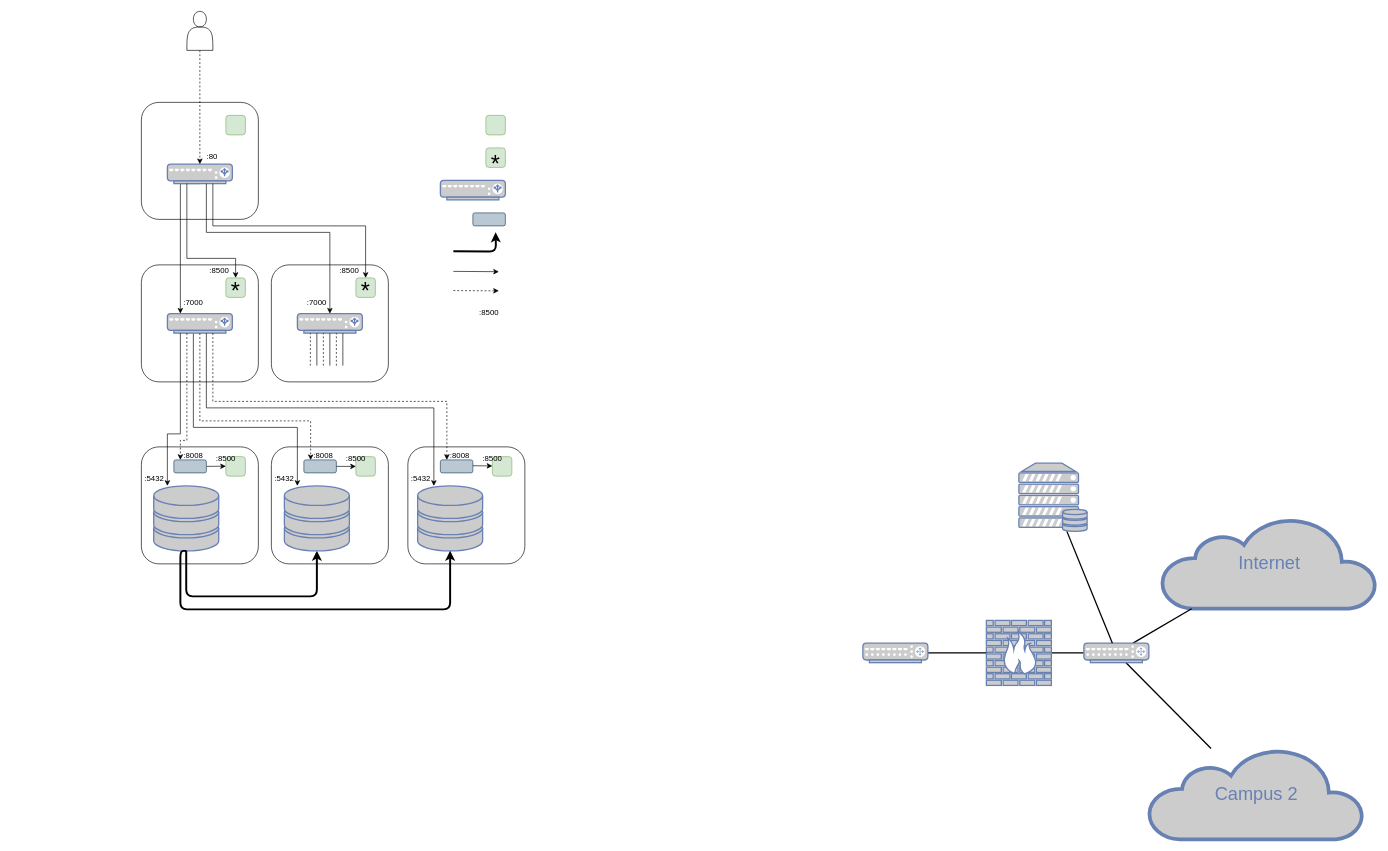
The draw.io diagram arch/networks.drawio in Arnauld/schema, before the edit. Source tidied: cells renumbered, new cells numbered last; positions are measured from the earlier drawing's top-left corner, leaving out a move shared by most shapes. Both pictures are drawn from the tidied source at 65%, with x=0, y=0 at pixel (141, 11).
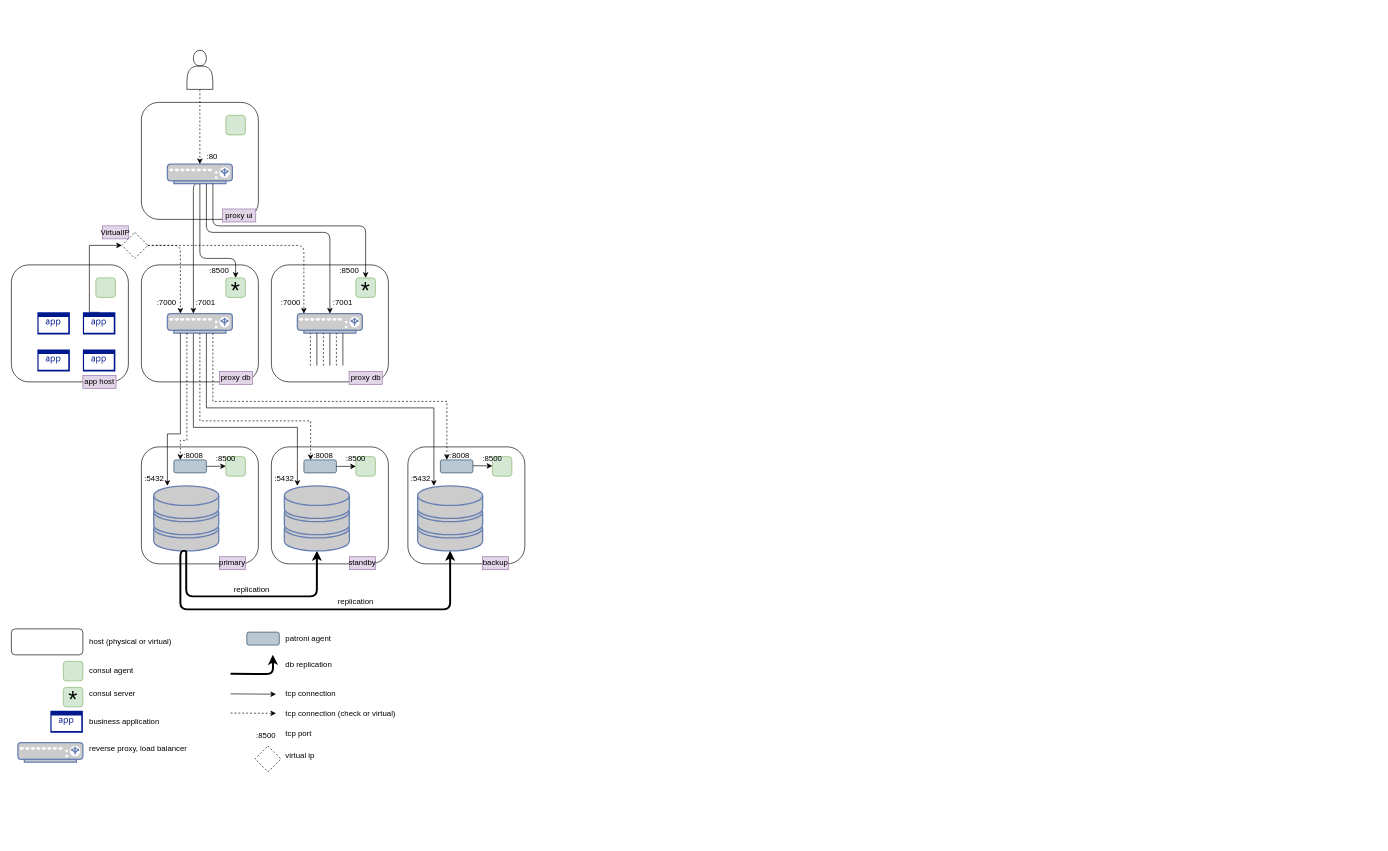
After the change.

Unchanged cells that the change refers to:
```xml
<mxCell id="23" style="fontColor=#0066CC;verticalAlign=top;verticalLabelPosition=bottom;labelPosition=center;align=center;html=1;outlineConnect=0;fillColor=#CCCCCC;strokeColor=#6881B3;gradientColor=none;gradientDirection=north;strokeWidth=2;shape=mxgraph.networks.load_balancer;" parent="1" vertex="1">
  <mxGeometry x="40" y="465" width="100" height="30" as="geometry" />
</mxCell>
<mxCell id="28" style="rounded=1;whiteSpace=wrap;html=1;fillColor=#d5e8d4;strokeColor=#82b366;" parent="1" vertex="1">
  <mxGeometry x="330" y="410" width="30" height="30" as="geometry" />
</mxCell>
<mxCell id="29" style="rounded=1;whiteSpace=wrap;html=1;fillColor=#d5e8d4;strokeColor=#82b366;" parent="1" vertex="1">
  <mxGeometry x="130" y="410" width="30" height="30" as="geometry" />
</mxCell>
<mxCell id="35" style="fontColor=#0066CC;verticalAlign=top;verticalLabelPosition=bottom;labelPosition=center;align=center;html=1;outlineConnect=0;fillColor=#CCCCCC;strokeColor=#6881B3;gradientColor=none;gradientDirection=north;strokeWidth=2;shape=mxgraph.networks.load_balancer;" parent="1" vertex="1">
  <mxGeometry x="40" y="235" width="100" height="30" as="geometry" />
</mxCell>
<mxCell id="44" style="fontColor=#0066CC;verticalAlign=top;verticalLabelPosition=bottom;labelPosition=center;align=center;html=1;outlineConnect=0;fillColor=#CCCCCC;strokeColor=#6881B3;gradientColor=none;gradientDirection=north;strokeWidth=2;shape=mxgraph.networks.load_balancer;" parent="1" vertex="1">
  <mxGeometry x="240" y="465" width="100" height="30" as="geometry" />
</mxCell>
```

The edit, as a diff of the source:
```diff
@@
-    <mxCell id="6" style="edgeStyle=none;html=1;labelBackgroundColor=none;endArrow=none;endFill=0;strokeWidth=2;fontFamily=Verdana;fontSize=28;fontColor=#6881B3;" parent="1" edge="1" source="7" target="13">
-      <mxGeometry relative="1" as="geometry" />
-    </mxCell>
-    <mxCell id="7" style="fontColor=#0066CC;verticalAlign=top;verticalLabelPosition=bottom;labelPosition=center;align=center;html=1;fillColor=#CCCCCC;strokeColor=#6881B3;gradientColor=none;gradientDirection=north;strokeWidth=2;shape=mxgraph.networks.firewall;rounded=0;shadow=0;comic=0;" parent="1" vertex="1">
-      <mxGeometry x="1300" y="937" width="100" height="100" as="geometry" />
-    </mxCell>
-    <mxCell id="8" style="edgeStyle=none;html=1;labelBackgroundColor=none;endArrow=none;endFill=0;strokeWidth=2;fontFamily=Verdana;fontSize=15;fontColor=#036897;" parent="1" edge="1" source="9" target="7">
-      <mxGeometry relative="1" as="geometry" />
-    </mxCell>
-    <mxCell id="9" style="fontColor=#0066CC;verticalAlign=top;verticalLabelPosition=bottom;labelPosition=center;align=center;html=1;fillColor=#CCCCCC;strokeColor=#6881B3;gradientColor=none;gradientDirection=north;strokeWidth=2;shape=mxgraph.networks.router;rounded=0;shadow=0;comic=0;" parent="1" vertex="1">
-      <mxGeometry x="1110" y="972" width="100" height="30" as="geometry" />
-    </mxCell>
-    <mxCell id="10" value="Internet" style="html=1;fillColor=#CCCCCC;strokeColor=#6881B3;gradientColor=none;gradientDirection=north;strokeWidth=2;shape=mxgraph.networks.cloud;fontColor=#6881B3;rounded=0;shadow=0;comic=0;align=center;fontSize=28;" parent="1" vertex="1">
-      <mxGeometry x="1570" y="779" width="330" height="140" as="geometry" />
-    </mxCell>
-    <mxCell id="11" style="edgeStyle=none;html=1;labelBackgroundColor=none;endArrow=none;endFill=0;strokeWidth=2;fontFamily=Verdana;fontSize=28;fontColor=#6881B3;" parent="1" edge="1" source="13" target="10">
-      <mxGeometry relative="1" as="geometry" />
-    </mxCell>
-    <mxCell id="12" style="edgeStyle=none;html=1;labelBackgroundColor=none;endArrow=none;endFill=0;strokeWidth=2;fontFamily=Verdana;fontSize=28;fontColor=#6881B3;" parent="1" edge="1" source="13" target="18">
-      <mxGeometry relative="1" as="geometry" />
-    </mxCell>
-    <mxCell id="13" style="fontColor=#0066CC;verticalAlign=top;verticalLabelPosition=bottom;labelPosition=center;align=center;html=1;fillColor=#CCCCCC;strokeColor=#6881B3;gradientColor=none;gradientDirection=north;strokeWidth=2;shape=mxgraph.networks.router;rounded=0;shadow=0;comic=0;" parent="1" vertex="1">
-      <mxGeometry x="1450" y="972" width="100" height="30" as="geometry" />
-    </mxCell>
@@
-    <mxCell id="15" style="edgeStyle=none;html=1;labelBackgroundColor=none;endArrow=none;endFill=0;strokeWidth=2;fontFamily=Verdana;fontSize=28;fontColor=#6881B3;" parent="1" edge="1" source="16" target="13">
-      <mxGeometry relative="1" as="geometry" />
-    </mxCell>
-    <mxCell id="16" style="fontColor=#0066CC;verticalAlign=top;verticalLabelPosition=bottom;labelPosition=center;align=center;html=1;fillColor=#CCCCCC;strokeColor=#6881B3;gradientColor=none;gradientDirection=north;strokeWidth=2;shape=mxgraph.networks.server_storage;rounded=0;shadow=0;comic=0;" parent="1" vertex="1">
-      <mxGeometry x="1350" y="695" width="105" height="105" as="geometry" />
-    </mxCell>
@@
-    <mxCell id="18" value="Campus 2" style="html=1;fillColor=#CCCCCC;strokeColor=#6881B3;gradientColor=none;gradientDirection=north;strokeWidth=2;shape=mxgraph.networks.cloud;fontColor=#6881B3;rounded=0;shadow=0;comic=0;align=center;fontSize=28;" parent="1" vertex="1">
-      <mxGeometry x="1550" y="1134" width="330" height="140" as="geometry" />
-    </mxCell>
@@
-    <mxCell id="34" style="edgeStyle=orthogonalEdgeStyle;rounded=0;jettySize=auto;html=1;exitX=0.5;exitY=1;exitDx=0;exitDy=0;exitPerimeter=0;startArrow=none;startFill=0;endArrow=classic;endFill=1;" parent="1" edge="1" source="35" target="23">
+    <mxCell id="34" style="edgeStyle=orthogonalEdgeStyle;rounded=1;jettySize=auto;html=1;exitX=0.5;exitY=1;exitDx=0;exitDy=0;exitPerimeter=0;startArrow=none;startFill=0;endArrow=classic;endFill=1;" parent="1" edge="1" source="35" target="23">
       <mxGeometry relative="1" as="geometry">
         <Array as="points">
-          <mxPoint x="60" y="265" />
+          <mxPoint x="80" y="265" />
         </Array>
       </mxGeometry>
     </mxCell>
@@
-    <mxCell id="37" style="edgeStyle=orthogonalEdgeStyle;rounded=0;jettySize=auto;html=1;startArrow=none;startFill=0;endArrow=classic;endFill=1;entryX=0.5;entryY=0;entryDx=0;entryDy=0;" parent="1" edge="1" source="35" target="29">
+    <mxCell id="37" style="edgeStyle=orthogonalEdgeStyle;rounded=1;jettySize=auto;html=1;startArrow=none;startFill=0;endArrow=classic;endFill=1;entryX=0.5;entryY=0;entryDx=0;entryDy=0;" parent="1" edge="1" source="35" target="29">
       <mxGeometry relative="1" as="geometry">
         <Array as="points">
-          <mxPoint x="70" y="380" />
+          <mxPoint x="90" y="380" />
           <mxPoint x="145" y="380" />
         </Array>
       </mxGeometry>
     </mxCell>
-    <mxCell id="38" style="edgeStyle=orthogonalEdgeStyle;rounded=0;jettySize=auto;html=1;startArrow=none;startFill=0;endArrow=classic;endFill=1;entryX=0.5;entryY=0;entryDx=0;entryDy=0;" parent="1" edge="1" source="35" target="28">
+    <mxCell id="38" style="edgeStyle=orthogonalEdgeStyle;rounded=1;jettySize=auto;html=1;startArrow=none;startFill=0;endArrow=classic;endFill=1;entryX=0.5;entryY=0;entryDx=0;entryDy=0;" parent="1" edge="1" source="35" target="28">
       <mxGeometry relative="1" as="geometry">
         <Array as="points">
           <mxPoint x="110" y="330" />
           <mxPoint x="345" y="330" />
         </Array>
       </mxGeometry>
     </mxCell>
@@
-    <mxCell id="45" style="edgeStyle=orthogonalEdgeStyle;rounded=0;jettySize=auto;html=1;startArrow=none;startFill=0;endArrow=classic;endFill=1;" parent="1" edge="1" source="35">
+    <mxCell id="45" style="edgeStyle=orthogonalEdgeStyle;rounded=1;jettySize=auto;html=1;startArrow=none;startFill=0;endArrow=classic;endFill=1;" parent="1" edge="1" source="35">
       <mxGeometry relative="1" as="geometry">
         <mxPoint x="290" y="465" as="targetPoint" />
         <Array as="points">
           <mxPoint x="100" y="340" />
           <mxPoint x="290" y="340" />
           <mxPoint x="290" y="465" />
         </Array>
       </mxGeometry>
     </mxCell>
     <mxCell id="46" style="rounded=1;whiteSpace=wrap;html=1;fillColor=#d5e8d4;strokeColor=#82b366;" parent="1" vertex="1">
-      <mxGeometry x="530" y="160" width="30" height="30" as="geometry" />
+      <mxGeometry x="-120" y="1000" width="30" height="30" as="geometry" />
     </mxCell>
@@
     <mxCell id="49" style="rounded=1;whiteSpace=wrap;html=1;fillColor=#d5e8d4;strokeColor=#82b366;" parent="1" vertex="1">
-      <mxGeometry x="530" y="210" width="30" height="30" as="geometry" />
+      <mxGeometry x="-120" y="1040" width="30" height="30" as="geometry" />
     </mxCell>
     <mxCell id="50" value="*" style="text;html=1;strokeColor=none;fillColor=none;align=center;verticalAlign=middle;whiteSpace=wrap;rounded=0;fontSize=36;" parent="1" vertex="1">
-      <mxGeometry x="525" y="225" width="40" height="20" as="geometry" />
+      <mxGeometry x="-125" y="1050" width="40" height="20" as="geometry" />
     </mxCell>
     <mxCell id="51" style="fontColor=#0066CC;verticalAlign=top;verticalLabelPosition=bottom;labelPosition=center;align=center;html=1;fillColor=#CCCCCC;strokeColor=#6881B3;gradientColor=none;gradientDirection=north;strokeWidth=2;shape=mxgraph.networks.load_balancer;" parent="1" vertex="1">
-      <mxGeometry x="460" y="260" width="100" height="30" as="geometry" />
+      <mxGeometry x="-190" y="1125" width="100" height="30" as="geometry" />
     </mxCell>
     <mxCell id="52" style="rounded=1;whiteSpace=wrap;html=1;fillColor=#bac8d3;strokeColor=#23445d;" parent="1" vertex="1">
-      <mxGeometry x="510" y="310" width="50" height="20" as="geometry" />
+      <mxGeometry x="162.2" y="955" width="50" height="20" as="geometry" />
     </mxCell>
@@
     <mxCell id="55" value="&lt;font style=&quot;font-size: 12px&quot;&gt;:7000&lt;/font&gt;" style="text;html=1;strokeColor=none;fillColor=none;align=center;verticalAlign=middle;whiteSpace=wrap;rounded=0;fontSize=36;" parent="1" vertex="1">
-      <mxGeometry x="60" y="430" width="40" height="20" as="geometry" />
+      <mxGeometry x="19" y="430" width="40" height="20" as="geometry" />
     </mxCell>
@@
     <mxCell id="59" style="shape=actor;whiteSpace=wrap;html=1;fontSize=36;" parent="1" vertex="1">
-      <mxGeometry x="70" width="40" height="60" as="geometry" />
+      <mxGeometry x="70" y="60" width="40" height="60" as="geometry" />
     </mxCell>
@@
     <mxCell id="61" value="&lt;font style=&quot;font-size: 12px&quot;&gt;:7000&lt;/font&gt;" style="text;html=1;strokeColor=none;fillColor=none;align=center;verticalAlign=middle;whiteSpace=wrap;rounded=0;fontSize=36;" parent="1" vertex="1">
-      <mxGeometry x="250" y="430" width="40" height="20" as="geometry" />
+      <mxGeometry x="210" y="430" width="40" height="20" as="geometry" />
     </mxCell>
@@
     <mxCell id="78" style="edgeStyle=orthogonalEdgeStyle;html=1;labelBackgroundColor=none;endArrow=classic;endFill=1;strokeWidth=3;fontFamily=Verdana;fontSize=28;fontColor=#6881B3;" parent="1" edge="1">
       <mxGeometry relative="1" as="geometry">
-        <mxPoint x="480" y="369" as="sourcePoint" />
-        <mxPoint x="545" y="340" as="targetPoint" />
+        <mxPoint x="137.2" y="1019" as="sourcePoint" />
+        <mxPoint x="202.2" y="990" as="targetPoint" />
       </mxGeometry>
     </mxCell>
     <mxCell id="79" style="endArrow=classic;html=1;strokeWidth=1;fontSize=36;" parent="1" edge="1">
       <mxGeometry relative="1" as="geometry">
-        <mxPoint x="480" y="400" as="sourcePoint" />
-        <mxPoint x="550" y="400.5" as="targetPoint" />
+        <mxPoint x="137.2" y="1050" as="sourcePoint" />
+        <mxPoint x="207.2" y="1050.5" as="targetPoint" />
       </mxGeometry>
     </mxCell>
     <mxCell id="80" style="endArrow=classic;html=1;strokeWidth=1;fontSize=36;dashed=1;" parent="1" edge="1">
       <mxGeometry relative="1" as="geometry">
-        <mxPoint x="480" y="429.5" as="sourcePoint" />
-        <mxPoint x="550" y="430" as="targetPoint" />
+        <mxPoint x="137.2" y="1079.5" as="sourcePoint" />
+        <mxPoint x="207.2" y="1080" as="targetPoint" />
       </mxGeometry>
     </mxCell>
     <mxCell id="81" value="&lt;font style=&quot;font-size: 12px&quot;&gt;:8500&lt;/font&gt;" style="text;html=1;strokeColor=none;fillColor=none;align=center;verticalAlign=middle;whiteSpace=wrap;rounded=0;fontSize=36;" parent="1" vertex="1">
-      <mxGeometry x="515" y="440" width="40" height="30" as="geometry" />
+      <mxGeometry x="172.2" y="1090" width="40" height="30" as="geometry" />
     </mxCell>
+    <mxCell id="82" style="rounded=1;whiteSpace=wrap;html=1;" parent="1" vertex="1">
+      <mxGeometry x="-200" y="390" width="180" height="180" as="geometry" />
+    </mxCell>
+    <mxCell id="83" style="rounded=1;whiteSpace=wrap;html=1;fillColor=#d5e8d4;strokeColor=#82b366;" parent="1" vertex="1">
+      <mxGeometry x="-70" y="410" width="30" height="30" as="geometry" />
+    </mxCell>
+    <mxCell id="84" style="edgeStyle=orthogonalEdgeStyle;rounded=0;jettySize=auto;html=1;exitX=0.5;exitY=0;exitDx=0;exitDy=0;exitPerimeter=0;entryX=0;entryY=0.5;entryDx=0;entryDy=0;" parent="1" edge="1" source="85" target="99">
+      <mxGeometry relative="1" as="geometry">
+        <Array as="points">
+          <mxPoint x="-80" y="463" />
+          <mxPoint x="-80" y="360" />
+        </Array>
+      </mxGeometry>
+    </mxCell>
+    <mxCell id="85" style="shadow=0;dashed=0;html=1;strokeColor=none;labelPosition=center;verticalLabelPosition=bottom;verticalAlign=top;align=center;fillColor=#00188D;shape=mxgraph.mscae.enterprise.application;" parent="1" vertex="1">
+      <mxGeometry x="-90" y="463" width="50" height="34" as="geometry" />
+    </mxCell>
+    <mxCell id="86" style="shadow=0;dashed=0;html=1;strokeColor=none;labelPosition=center;verticalLabelPosition=bottom;verticalAlign=top;align=center;fillColor=#00188D;shape=mxgraph.mscae.enterprise.application;" parent="1" vertex="1">
+      <mxGeometry x="-160" y="463" width="50" height="34" as="geometry" />
+    </mxCell>
+    <mxCell id="87" style="shadow=0;dashed=0;html=1;strokeColor=none;labelPosition=center;verticalLabelPosition=bottom;verticalAlign=top;align=center;fillColor=#00188D;shape=mxgraph.mscae.enterprise.application;" parent="1" vertex="1">
+      <mxGeometry x="-160" y="520" width="50" height="34" as="geometry" />
+    </mxCell>
+    <mxCell id="88" style="shadow=0;dashed=0;html=1;strokeColor=none;labelPosition=center;verticalLabelPosition=bottom;verticalAlign=top;align=center;fillColor=#00188D;shape=mxgraph.mscae.enterprise.application;" parent="1" vertex="1">
+      <mxGeometry x="-90" y="520" width="50" height="34" as="geometry" />
+    </mxCell>
+    <mxCell id="89" value="&lt;font style=&quot;font-size: 12px&quot;&gt;:7001&lt;/font&gt;" style="text;html=1;strokeColor=none;fillColor=none;align=center;verticalAlign=middle;whiteSpace=wrap;rounded=0;fontSize=36;" parent="1" vertex="1">
+      <mxGeometry x="79" y="430" width="40" height="20" as="geometry" />
+    </mxCell>
+    <mxCell id="90" value="replication" style="text;html=1;strokeColor=none;fillColor=none;align=center;verticalAlign=middle;whiteSpace=wrap;rounded=0;" parent="1" vertex="1">
+      <mxGeometry x="150" y="880" width="40" height="20" as="geometry" />
+    </mxCell>
+    <mxCell id="91" value="replication" style="text;html=1;strokeColor=none;fillColor=none;align=center;verticalAlign=middle;whiteSpace=wrap;rounded=0;" parent="1" vertex="1">
+      <mxGeometry x="310" y="899" width="40" height="20" as="geometry" />
+    </mxCell>
+    <mxCell id="92" value="primary" style="text;html=1;strokeColor=#9673a6;fillColor=#e1d5e7;align=center;verticalAlign=middle;whiteSpace=wrap;rounded=0;" parent="1" vertex="1">
+      <mxGeometry x="120" y="839" width="40" height="20" as="geometry" />
+    </mxCell>
+    <mxCell id="93" value="standby" style="text;html=1;strokeColor=#9673a6;fillColor=#e1d5e7;align=center;verticalAlign=middle;whiteSpace=wrap;rounded=0;" parent="1" vertex="1">
+      <mxGeometry x="320" y="839" width="40" height="20" as="geometry" />
+    </mxCell>
+    <mxCell id="94" value="backup" style="text;html=1;strokeColor=#9673a6;fillColor=#e1d5e7;align=center;verticalAlign=middle;whiteSpace=wrap;rounded=0;" parent="1" vertex="1">
+      <mxGeometry x="525" y="839" width="40" height="20" as="geometry" />
+    </mxCell>
+    <mxCell id="95" value="proxy db" style="text;html=1;strokeColor=#9673a6;fillColor=#e1d5e7;align=center;verticalAlign=middle;whiteSpace=wrap;rounded=0;" parent="1" vertex="1">
+      <mxGeometry x="120" y="554" width="51" height="20" as="geometry" />
+    </mxCell>
+    <mxCell id="96" value="proxy db" style="text;html=1;strokeColor=#9673a6;fillColor=#e1d5e7;align=center;verticalAlign=middle;whiteSpace=wrap;rounded=0;" parent="1" vertex="1">
+      <mxGeometry x="319.5" y="554" width="51" height="20" as="geometry" />
+    </mxCell>
+    <mxCell id="97" value="proxy ui" style="text;html=1;strokeColor=#9673a6;fillColor=#e1d5e7;align=center;verticalAlign=middle;whiteSpace=wrap;rounded=0;" parent="1" vertex="1">
+      <mxGeometry x="125" y="304" width="51" height="20" as="geometry" />
+    </mxCell>
+    <mxCell id="98" style="edgeStyle=orthogonalEdgeStyle;rounded=1;jettySize=auto;html=1;exitX=1;exitY=0.5;exitDx=0;exitDy=0;dashed=1;" parent="1" edge="1" source="99" target="23">
+      <mxGeometry relative="1" as="geometry">
+        <Array as="points">
+          <mxPoint x="60" y="360" />
+        </Array>
+      </mxGeometry>
+    </mxCell>
+    <mxCell id="99" style="rhombus;whiteSpace=wrap;html=1;fillColor=#ffffff;dashed=1;" parent="1" vertex="1">
+      <mxGeometry x="-30" y="340" width="40" height="40" as="geometry" />
+    </mxCell>
+    <mxCell id="100" style="edgeStyle=orthogonalEdgeStyle;rounded=1;jettySize=auto;html=1;exitX=1;exitY=0.5;exitDx=0;exitDy=0;dashed=1;" parent="1" edge="1" source="99" target="44">
+      <mxGeometry relative="1" as="geometry">
+        <Array as="points">
+          <mxPoint x="250" y="360" />
+        </Array>
+      </mxGeometry>
+    </mxCell>
+    <mxCell id="101" value="&lt;font style=&quot;font-size: 12px&quot;&gt;:7001&lt;/font&gt;" style="text;html=1;strokeColor=none;fillColor=none;align=center;verticalAlign=middle;whiteSpace=wrap;rounded=0;fontSize=36;" parent="1" vertex="1">
+      <mxGeometry x="290" y="430" width="40" height="20" as="geometry" />
+    </mxCell>
+    <mxCell id="102" value="app host" style="text;html=1;strokeColor=#9673a6;fillColor=#e1d5e7;align=center;verticalAlign=middle;whiteSpace=wrap;rounded=0;" parent="1" vertex="1">
+      <mxGeometry x="-90" y="560" width="51" height="20" as="geometry" />
+    </mxCell>
+    <mxCell id="103" value="VirtualIP" style="text;html=1;strokeColor=#9673a6;fillColor=#e1d5e7;align=center;verticalAlign=middle;whiteSpace=wrap;rounded=0;" parent="1" vertex="1">
+      <mxGeometry x="-60" y="330" width="40" height="20" as="geometry" />
+    </mxCell>
+    <mxCell id="104" style="rounded=1;whiteSpace=wrap;html=1;" parent="1" vertex="1">
+      <mxGeometry x="-200" y="950" width="110" height="40" as="geometry" />
+    </mxCell>
+    <mxCell id="105" style="rhombus;whiteSpace=wrap;html=1;fillColor=#ffffff;dashed=1;" parent="1" vertex="1">
+      <mxGeometry x="174.8" y="1130" width="40" height="40" as="geometry" />
+    </mxCell>
+    <mxCell id="106" style="shadow=0;dashed=0;html=1;strokeColor=none;labelPosition=center;verticalLabelPosition=bottom;verticalAlign=top;align=center;fillColor=#00188D;shape=mxgraph.mscae.enterprise.application;" parent="1" vertex="1">
+      <mxGeometry x="-140" y="1076" width="50" height="34" as="geometry" />
+    </mxCell>
+    <mxCell id="107" value="host (physical or virtual)" style="text;html=1;strokeColor=none;fillColor=none;align=left;verticalAlign=middle;whiteSpace=wrap;rounded=0;" parent="1" vertex="1">
+      <mxGeometry x="-82.5" y="960" width="160" height="20" as="geometry" />
+    </mxCell>
+    <mxCell id="108" value="consul agent" style="text;html=1;strokeColor=none;fillColor=none;align=left;verticalAlign=middle;whiteSpace=wrap;rounded=0;" parent="1" vertex="1">
+      <mxGeometry x="-82.5" y="1005" width="160" height="20" as="geometry" />
+    </mxCell>
+    <mxCell id="109" value="consul server" style="text;html=1;strokeColor=none;fillColor=none;align=left;verticalAlign=middle;whiteSpace=wrap;rounded=0;" parent="1" vertex="1">
+      <mxGeometry x="-82.5" y="1040" width="160" height="20" as="geometry" />
+    </mxCell>
+    <mxCell id="110" value="business application" style="text;html=1;strokeColor=none;fillColor=none;align=left;verticalAlign=middle;whiteSpace=wrap;rounded=0;" parent="1" vertex="1">
+      <mxGeometry x="-82.5" y="1083" width="160" height="20" as="geometry" />
+    </mxCell>
+    <mxCell id="111" value="reverse proxy, load balancer" style="text;html=1;strokeColor=none;fillColor=none;align=left;verticalAlign=middle;whiteSpace=wrap;rounded=0;" parent="1" vertex="1">
+      <mxGeometry x="-82.5" y="1125" width="160" height="20" as="geometry" />
+    </mxCell>
+    <mxCell id="112" value="patroni agent" style="text;html=1;strokeColor=none;fillColor=none;align=left;verticalAlign=middle;whiteSpace=wrap;rounded=0;" parent="1" vertex="1">
+      <mxGeometry x="219.8" y="955" width="160" height="20" as="geometry" />
+    </mxCell>
+    <mxCell id="113" value="db replication" style="text;html=1;strokeColor=none;fillColor=none;align=left;verticalAlign=middle;whiteSpace=wrap;rounded=0;" parent="1" vertex="1">
+      <mxGeometry x="219.8" y="995" width="160" height="20" as="geometry" />
+    </mxCell>
+    <mxCell id="114" value="tcp connection" style="text;html=1;strokeColor=none;fillColor=none;align=left;verticalAlign=middle;whiteSpace=wrap;rounded=0;" parent="1" vertex="1">
+      <mxGeometry x="219.8" y="1040" width="160" height="20" as="geometry" />
+    </mxCell>
+    <mxCell id="115" value="tcp connection (check or virtual)" style="text;html=1;strokeColor=none;fillColor=none;align=left;verticalAlign=middle;whiteSpace=wrap;rounded=0;" parent="1" vertex="1">
+      <mxGeometry x="219.8" y="1070" width="180" height="20" as="geometry" />
+    </mxCell>
+    <mxCell id="116" value="tcp port" style="text;html=1;strokeColor=none;fillColor=none;align=left;verticalAlign=middle;whiteSpace=wrap;rounded=0;" parent="1" vertex="1">
+      <mxGeometry x="219.8" y="1102" width="160" height="20" as="geometry" />
+    </mxCell>
+    <mxCell id="117" value="virtual ip" style="text;html=1;strokeColor=none;fillColor=none;align=left;verticalAlign=middle;whiteSpace=wrap;rounded=0;" parent="1" vertex="1">
+      <mxGeometry x="219.8" y="1135" width="160" height="20" as="geometry" />
+    </mxCell>
```
